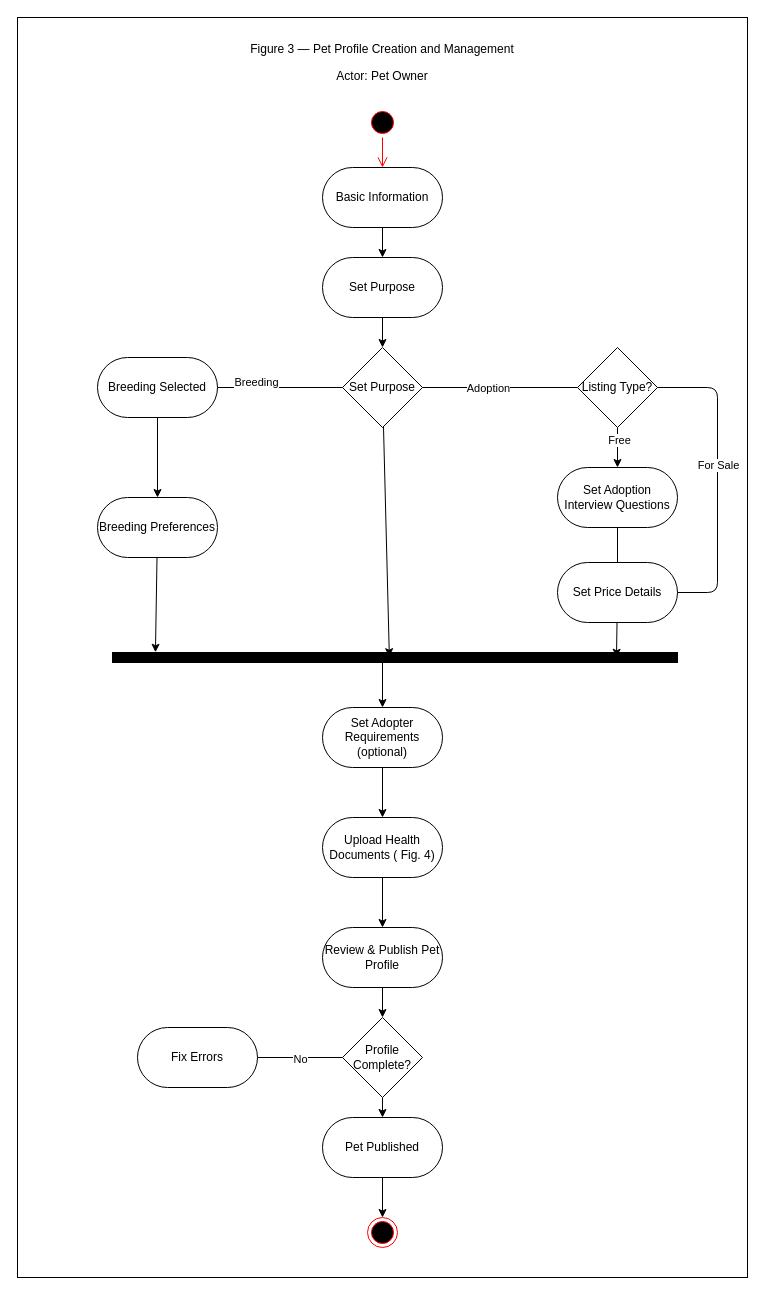
The draw.io diagram ActivityDiagram_Figure3_USALLA.drawio in Chels013/Breedr-Diagrams, before the edit. Source tidied: cells renumbered, new cells numbered last; positions are measured from the earlier drawing's top-left corner, leaving out a move shared by most shapes. Both pictures are drawn from the tidied source at 100%, with x=0, y=0 at pixel (17, 17).
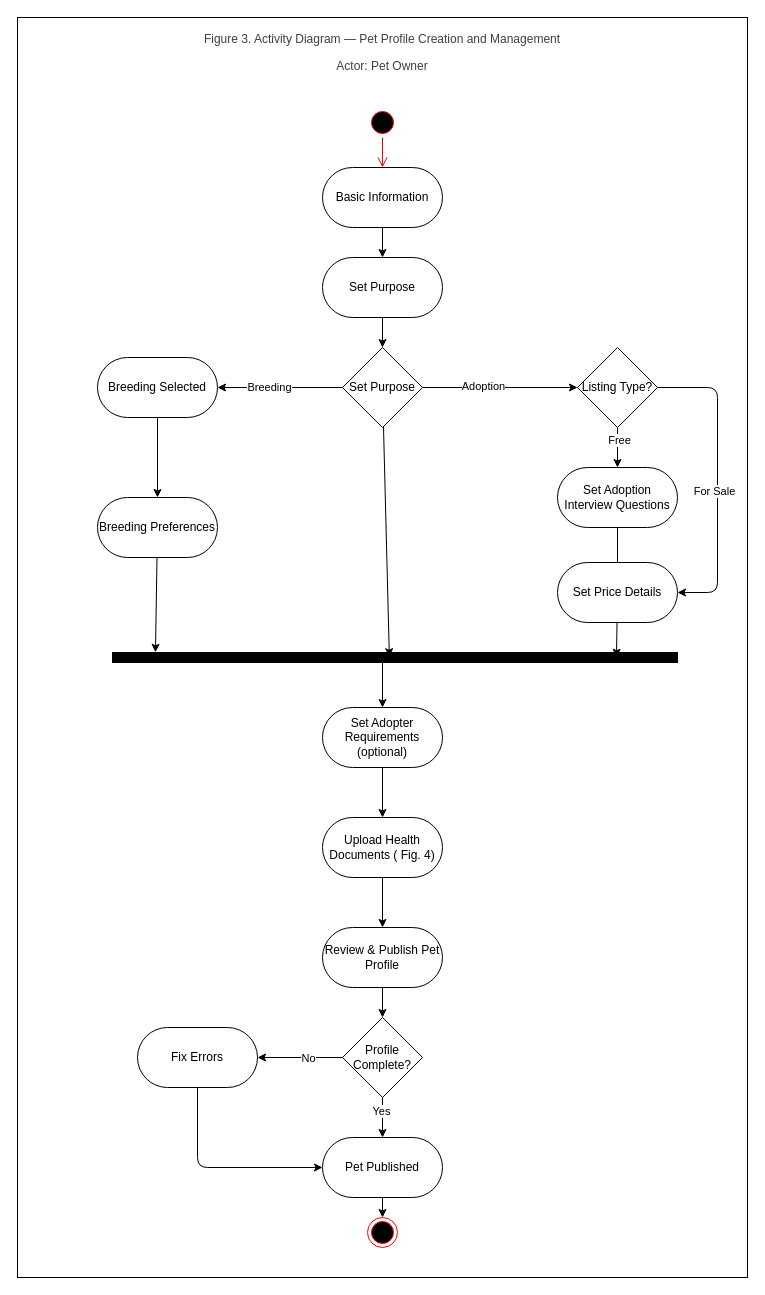
The same diagram, later.

Unchanged cells that the change refers to:
```xml
<mxCell id="11" value="Breeding Selected" style="rounded=1;whiteSpace=wrap;html=1;arcSize=50;" parent="1" vertex="1">
  <mxGeometry x="80" y="340" width="120" height="60" as="geometry" />
</mxCell>
<mxCell id="13" value="&lt;p&gt;Set Adoption Interview Questions&lt;/p&gt;" style="rounded=1;whiteSpace=wrap;html=1;arcSize=50;" parent="1" vertex="1">
  <mxGeometry x="540" y="450" width="120" height="60" as="geometry" />
</mxCell>
<mxCell id="14" value="&lt;p&gt;Set Price Details&lt;/p&gt;" style="rounded=1;whiteSpace=wrap;html=1;arcSize=50;" parent="1" vertex="1">
  <mxGeometry x="540" y="545" width="120" height="60" as="geometry" />
</mxCell>
<mxCell id="38" style="edgeStyle=none;html=1;" parent="1" edge="1" source="39" target="44">
  <mxGeometry relative="1" as="geometry" />
</mxCell>
<mxCell id="39" value="&lt;p&gt;Profile Complete?&lt;/p&gt;" style="rhombus;whiteSpace=wrap;html=1;" parent="1" vertex="1">
  <mxGeometry x="325" y="1000" width="80" height="80" as="geometry" />
</mxCell>
<mxCell id="40" value="&lt;p&gt;Fix Errors&lt;/p&gt;" style="rounded=1;whiteSpace=wrap;html=1;arcSize=50;" parent="1" vertex="1">
  <mxGeometry x="120" y="1010" width="120" height="60" as="geometry" />
</mxCell>
```

The edit, as a diff of the source:
```diff
@@
-    <mxCell id="3" value="&lt;p&gt;Figure 3 — Pet Profile Creation and Management&lt;/p&gt;&lt;p&gt;Actor: Pet Owner&lt;/p&gt;" style="text;html=1;align=center;verticalAlign=middle;whiteSpace=wrap;rounded=0;" parent="1" vertex="1">
-      <mxGeometry x="210" y="30" width="310" height="30" as="geometry" />
+    <mxCell id="3" value="&lt;p&gt;&lt;span style=&quot;color: rgb(63, 63, 63); background-color: transparent;&quot;&gt;Figure 3. Activity Diagram — Pet Profile Creation and Management&lt;/span&gt;&lt;/p&gt;&lt;p&gt;&lt;span style=&quot;color: rgb(63, 63, 63); background-color: transparent;&quot;&gt;Actor: Pet Owner&lt;/span&gt;&lt;/p&gt;" style="text;html=1;align=center;verticalAlign=middle;whiteSpace=wrap;rounded=0;" parent="1" vertex="1">
+      <mxGeometry x="170" y="20" width="390" height="30" as="geometry" />
     </mxCell>
@@
-    <mxCell id="21" value="Set Purpose" style="rhombus;whiteSpace=wrap;html=1;" parent="1" vertex="1">
-      <mxGeometry x="325" y="330" width="80" height="80" as="geometry" />
-    </mxCell>
-    <mxCell id="22" style="edgeStyle=none;html=1;entryX=0.5;entryY=0;entryDx=0;entryDy=0;" parent="1" edge="1" source="24" target="13">
-      <mxGeometry relative="1" as="geometry" />
-    </mxCell>
-    <mxCell id="23" value="Free" style="edgeLabel;html=1;align=center;verticalAlign=middle;" parent="22" vertex="1">
-      <mxGeometry x="-0.42" y="1" relative="1" as="geometry" />
-    </mxCell>
-    <mxCell id="24" value="Listing Type?" style="rhombus;whiteSpace=wrap;html=1;" parent="1" vertex="1">
-      <mxGeometry x="560" y="330" width="80" height="80" as="geometry" />
-    </mxCell>
-    <mxCell id="25" style="endArrow=none;html=1;entryX=1;entryY=0.5;entryDx=0;entryDy=0;exitX=0;exitY=0.5;exitDx=0;exitDy=0;" parent="1" edge="1" source="21" target="11">
+    <mxCell id="25" style="edgeStyle=none;html=1;entryX=1;entryY=0.5;entryDx=0;entryDy=0;" parent="1" edge="1" source="21" target="11">
       <mxGeometry relative="1" as="geometry" />
     </mxCell>
-    <mxCell id="26" value="Breeding&lt;div&gt;&lt;br&gt;&lt;/div&gt;" style="edgeLabel;html=1;align=center;verticalAlign=middle;" parent="25" vertex="1">
-      <mxGeometry x="0.39" y="1" relative="1" as="geometry" />
+    <mxCell id="26" value="Breeding" style="edgeLabel;html=1;align=center;verticalAlign=middle;" parent="25" vertex="1">
+      <mxGeometry x="0.18" y="-1" relative="1" as="geometry" />
     </mxCell>
-    <mxCell id="27" style="endArrow=none;html=1;entryX=0;entryY=0.5;entryDx=0;entryDy=0;exitX=1;exitY=0.5;exitDx=0;exitDy=0;" parent="1" edge="1" source="21" target="24">
+    <mxCell id="27" style="edgeStyle=none;html=1;entryX=0;entryY=0.5;entryDx=0;entryDy=0;" parent="1" edge="1" source="21" target="24">
       <mxGeometry relative="1" as="geometry" />
     </mxCell>
     <mxCell id="28" value="Adoption" style="edgeLabel;html=1;align=center;verticalAlign=middle;" parent="27" vertex="1">
-      <mxGeometry x="-0.43" y="1" relative="1" as="geometry">
-        <mxPoint x="21" y="1" as="offset" />
-      </mxGeometry>
+      <mxGeometry x="-0.23" y="2" relative="1" as="geometry" />
     </mxCell>
+    <mxCell id="21" value="Set Purpose" style="rhombus;whiteSpace=wrap;html=1;" parent="1" vertex="1">
+      <mxGeometry x="325" y="330" width="80" height="80" as="geometry" />
+    </mxCell>
+    <mxCell id="22" style="edgeStyle=none;html=1;entryX=0.5;entryY=0;entryDx=0;entryDy=0;" parent="1" edge="1" source="24" target="13">
+      <mxGeometry relative="1" as="geometry" />
+    </mxCell>
+    <mxCell id="23" value="Free" style="edgeLabel;html=1;align=center;verticalAlign=middle;" parent="22" vertex="1">
+      <mxGeometry x="-0.42" y="1" relative="1" as="geometry" />
+    </mxCell>
+    <mxCell id="45" style="edgeStyle=none;html=1;entryX=1;entryY=0.5;entryDx=0;entryDy=0;" parent="1" edge="1" source="24" target="14">
+      <mxGeometry relative="1" as="geometry">
+        <Array as="points">
+          <mxPoint x="700" y="370" />
+          <mxPoint x="700" y="575" />
+        </Array>
+      </mxGeometry>
+    </mxCell>
+    <mxCell id="31" value="&lt;span style=&quot;color: rgb(0, 0, 0);&quot;&gt;For Sale&lt;/span&gt;" style="edgeLabel;html=1;align=center;verticalAlign=middle;" parent="45" vertex="1">
+      <mxGeometry x="0.07" y="-4" relative="1" as="geometry" />
+    </mxCell>
+    <mxCell id="24" value="Listing Type?" style="rhombus;whiteSpace=wrap;html=1;" parent="1" vertex="1">
+      <mxGeometry x="560" y="330" width="80" height="80" as="geometry" />
+    </mxCell>
@@
-    <mxCell id="30" style="endArrow=none;html=1;entryX=1;entryY=0.5;entryDx=0;entryDy=0;exitX=1;exitY=0.5;exitDx=0;exitDy=0;" parent="1" edge="1" source="14" target="24">
-      <mxGeometry relative="1" as="geometry">
-        <Array as="points">
-          <mxPoint x="700" y="575" />
-          <mxPoint x="700" y="370" />
-        </Array>
-      </mxGeometry>
-    </mxCell>
-    <mxCell id="31" value="For Sale" style="edgeLabel;html=1;align=center;verticalAlign=middle;" parent="30" vertex="1">
-      <mxGeometry x="0.1" relative="1" as="geometry" />
-    </mxCell>
@@
+    <mxCell id="46" value="Yes" style="edgeLabel;html=1;align=center;verticalAlign=middle;" parent="38" vertex="1">
+      <mxGeometry x="-0.37" y="-2" relative="1" as="geometry" />
+    </mxCell>
+    <mxCell id="47" style="edgeStyle=none;html=1;entryX=1;entryY=0.5;entryDx=0;entryDy=0;" parent="1" edge="1" source="39" target="40">
+      <mxGeometry relative="1" as="geometry" />
+    </mxCell>
+    <mxCell id="42" value="No" style="edgeLabel;html=1;align=center;verticalAlign=middle;" parent="47" vertex="1">
+      <mxGeometry x="-0.18" relative="1" as="geometry" />
+    </mxCell>
@@
+    <mxCell id="48" style="edgeStyle=none;html=1;entryX=0;entryY=0.5;entryDx=0;entryDy=0;" parent="1" edge="1" source="40" target="44">
+      <mxGeometry relative="1" as="geometry">
+        <Array as="points">
+          <mxPoint x="180" y="1150" />
+        </Array>
+      </mxGeometry>
+    </mxCell>
@@
-    <mxCell id="41" style="endArrow=none;html=1;exitX=1;exitY=0.5;exitDx=0;exitDy=0;entryX=0;entryY=0.5;entryDx=0;entryDy=0;" parent="1" edge="1" source="40" target="39">
-      <mxGeometry relative="1" as="geometry" />
-    </mxCell>
-    <mxCell id="42" value="No" style="edgeLabel;html=1;align=center;verticalAlign=middle;" parent="41" vertex="1">
-      <mxGeometry x="-0.02" y="-1" relative="1" as="geometry" />
-    </mxCell>
@@
     <mxCell id="44" value="&lt;p&gt;Pet Published&lt;/p&gt;" style="rounded=1;whiteSpace=wrap;html=1;arcSize=50;" parent="1" vertex="1">
-      <mxGeometry x="305" y="1100" width="120" height="60" as="geometry" />
+      <mxGeometry x="305" y="1120" width="120" height="60" as="geometry" />
     </mxCell>
```
